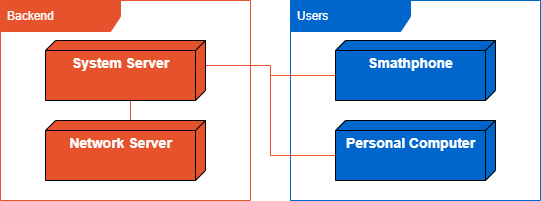
Earlier version of the draw.io export documentation/diagrams/Physical Model.png (detiuaveiro/PECI-05-2022-23). Source tidied: cells renumbered, new cells last; positions are measured from the earlier drawing's top-left corner, leaving out a move shared by most shapes. Its diagram source:
```xml
<mxGraphModel>
  <root>
    <mxCell id="0" />
    <mxCell id="1" parent="0" />
    <mxCell id="2" value="&lt;font color=&quot;#ffffff&quot;&gt;Backend&lt;br&gt;&lt;/font&gt;" style="shape=umlFrame;whiteSpace=wrap;html=1;width=120;height=31;boundedLbl=1;verticalAlign=middle;align=left;spacingLeft=5;fontColor=#0066CC;fillColor=#E6522C;strokeColor=#E6522C;" parent="1" vertex="1">
      <mxGeometry width="250" height="200" as="geometry" />
    </mxCell>
    <mxCell id="3" value="&lt;font color=&quot;#ffffff&quot;&gt;Users&lt;br&gt;&lt;/font&gt;" style="shape=umlFrame;whiteSpace=wrap;html=1;width=120;height=31;boundedLbl=1;verticalAlign=middle;align=left;spacingLeft=5;fontColor=#0066CC;fillColor=#0066CC;strokeColor=#0066CC;" parent="1" vertex="1">
      <mxGeometry x="290" width="250" height="200" as="geometry" />
    </mxCell>
    <mxCell id="4" value="&lt;font color=&quot;#ffffff&quot; style=&quot;font-size: 14px;&quot;&gt;&lt;b&gt;Smathphone&lt;/b&gt;&lt;/font&gt;" style="verticalAlign=top;align=center;spacingTop=8;spacingLeft=2;spacingRight=12;shape=cube;size=10;direction=south;fontStyle=0;html=1;fillColor=#0066CC;" parent="1" vertex="1">
      <mxGeometry x="335" y="40" width="160" height="60" as="geometry" />
    </mxCell>
    <mxCell id="5" value="&lt;font color=&quot;#ffffff&quot; style=&quot;font-size: 14px;&quot;&gt;&lt;b&gt;Personal Computer&lt;/b&gt;&lt;/font&gt;" style="verticalAlign=top;align=center;spacingTop=8;spacingLeft=2;spacingRight=12;shape=cube;size=10;direction=south;fontStyle=0;html=1;fillColor=#0066CC;" parent="1" vertex="1">
      <mxGeometry x="335" y="120" width="160" height="60" as="geometry" />
    </mxCell>
    <mxCell id="6" style="edgeStyle=orthogonalEdgeStyle;rounded=0;jettySize=auto;html=1;exitX=0;exitY=0;exitDx=60;exitDy=85;exitPerimeter=0;entryX=0;entryY=0;entryDx=0;entryDy=75;entryPerimeter=0;strokeColor=#E6522C;fontColor=#E6522C;endArrow=none;endFill=0;" parent="1" edge="1" source="9" target="10">
      <mxGeometry relative="1" as="geometry" />
    </mxCell>
    <mxCell id="7" style="edgeStyle=orthogonalEdgeStyle;rounded=0;jettySize=auto;html=1;exitX=0;exitY=0;exitDx=25;exitDy=0;exitPerimeter=0;entryX=0;entryY=0;entryDx=35;entryDy=160;entryPerimeter=0;strokeColor=#E6522C;fontColor=#E6522C;endArrow=none;endFill=0;" parent="1" edge="1" source="9" target="4">
      <mxGeometry relative="1" as="geometry" />
    </mxCell>
    <mxCell id="8" style="edgeStyle=orthogonalEdgeStyle;rounded=0;jettySize=auto;html=1;exitX=0;exitY=0;exitDx=25;exitDy=0;exitPerimeter=0;entryX=0;entryY=0;entryDx=35;entryDy=160;entryPerimeter=0;strokeColor=#E6522C;fontColor=#E6522C;endArrow=none;endFill=0;" parent="1" edge="1" source="9" target="5">
      <mxGeometry relative="1" as="geometry" />
    </mxCell>
    <mxCell id="9" value="&lt;font color=&quot;#ffffff&quot; style=&quot;font-size: 14px;&quot;&gt;&lt;b&gt;System Server&lt;/b&gt;&lt;/font&gt;" style="verticalAlign=top;align=center;spacingTop=8;spacingLeft=2;spacingRight=12;shape=cube;size=10;direction=south;fontStyle=0;html=1;fillColor=#E6522C;" parent="1" vertex="1">
      <mxGeometry x="45" y="40" width="160" height="60" as="geometry" />
    </mxCell>
    <mxCell id="10" value="&lt;font color=&quot;#ffffff&quot; style=&quot;font-size: 14px;&quot;&gt;&lt;b&gt;Network Server&lt;/b&gt;&lt;/font&gt;" style="verticalAlign=top;align=center;spacingTop=8;spacingLeft=2;spacingRight=12;shape=cube;size=10;direction=south;fontStyle=0;html=1;fillColor=#E6522C;" parent="1" vertex="1">
      <mxGeometry x="45" y="120" width="160" height="60" as="geometry" />
    </mxCell>
  </root>
</mxGraphModel>
```
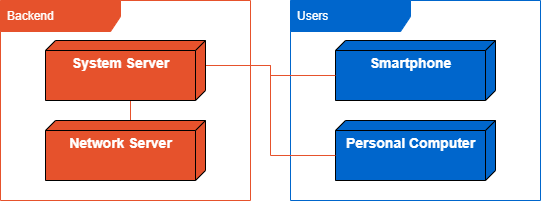
Later version of the same file.

Diff of the diagram source:
```diff
@@ -8,7 +8,7 @@
     <mxCell id="3" value="&lt;font color=&quot;#ffffff&quot;&gt;Users&lt;br&gt;&lt;/font&gt;" style="shape=umlFrame;whiteSpace=wrap;html=1;width=120;height=31;boundedLbl=1;verticalAlign=middle;align=left;spacingLeft=5;fontColor=#0066CC;fillColor=#0066CC;strokeColor=#0066CC;" parent="1" vertex="1">
       <mxGeometry x="290" width="250" height="200" as="geometry" />
     </mxCell>
-    <mxCell id="4" value="&lt;font color=&quot;#ffffff&quot; style=&quot;font-size: 14px;&quot;&gt;&lt;b&gt;Smathphone&lt;/b&gt;&lt;/font&gt;" style="verticalAlign=top;align=center;spacingTop=8;spacingLeft=2;spacingRight=12;shape=cube;size=10;direction=south;fontStyle=0;html=1;fillColor=#0066CC;" parent="1" vertex="1">
+    <mxCell id="4" value="&lt;font color=&quot;#ffffff&quot; style=&quot;font-size: 14px;&quot;&gt;&lt;b&gt;Smartphone&lt;/b&gt;&lt;/font&gt;" style="verticalAlign=top;align=center;spacingTop=8;spacingLeft=2;spacingRight=12;shape=cube;size=10;direction=south;fontStyle=0;html=1;fillColor=#0066CC;" parent="1" vertex="1">
       <mxGeometry x="335" y="40" width="160" height="60" as="geometry" />
     </mxCell>
     <mxCell id="5" value="&lt;font color=&quot;#ffffff&quot; style=&quot;font-size: 14px;&quot;&gt;&lt;b&gt;Personal Computer&lt;/b&gt;&lt;/font&gt;" style="verticalAlign=top;align=center;spacingTop=8;spacingLeft=2;spacingRight=12;shape=cube;size=10;direction=south;fontStyle=0;html=1;fillColor=#0066CC;" parent="1" vertex="1">
```
